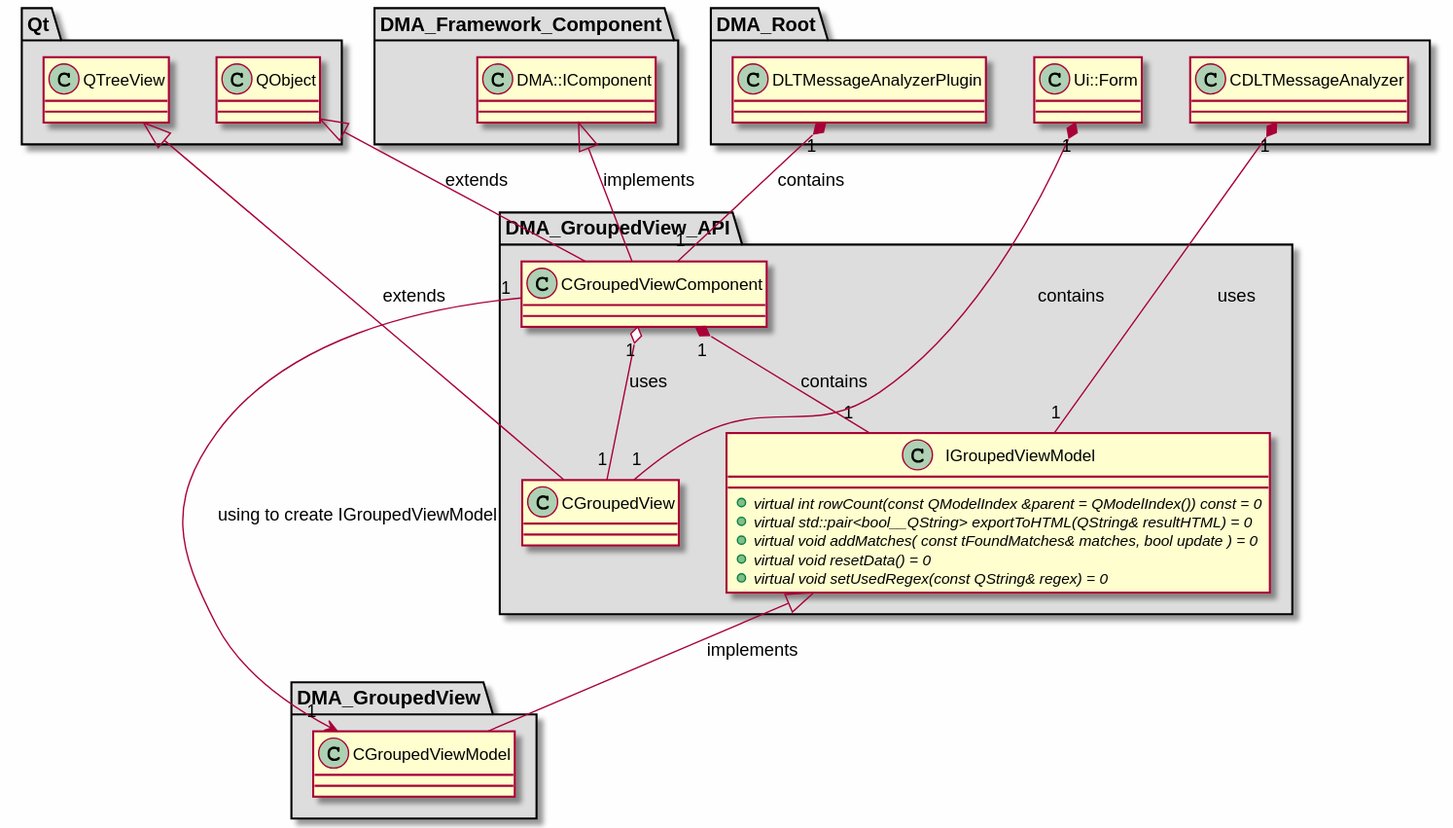
Earlier version of the PlantUML export md/dev_docs/puml/DMA_GroupedView_API.svg (svlad-90/DLT-Message-Analyzer).
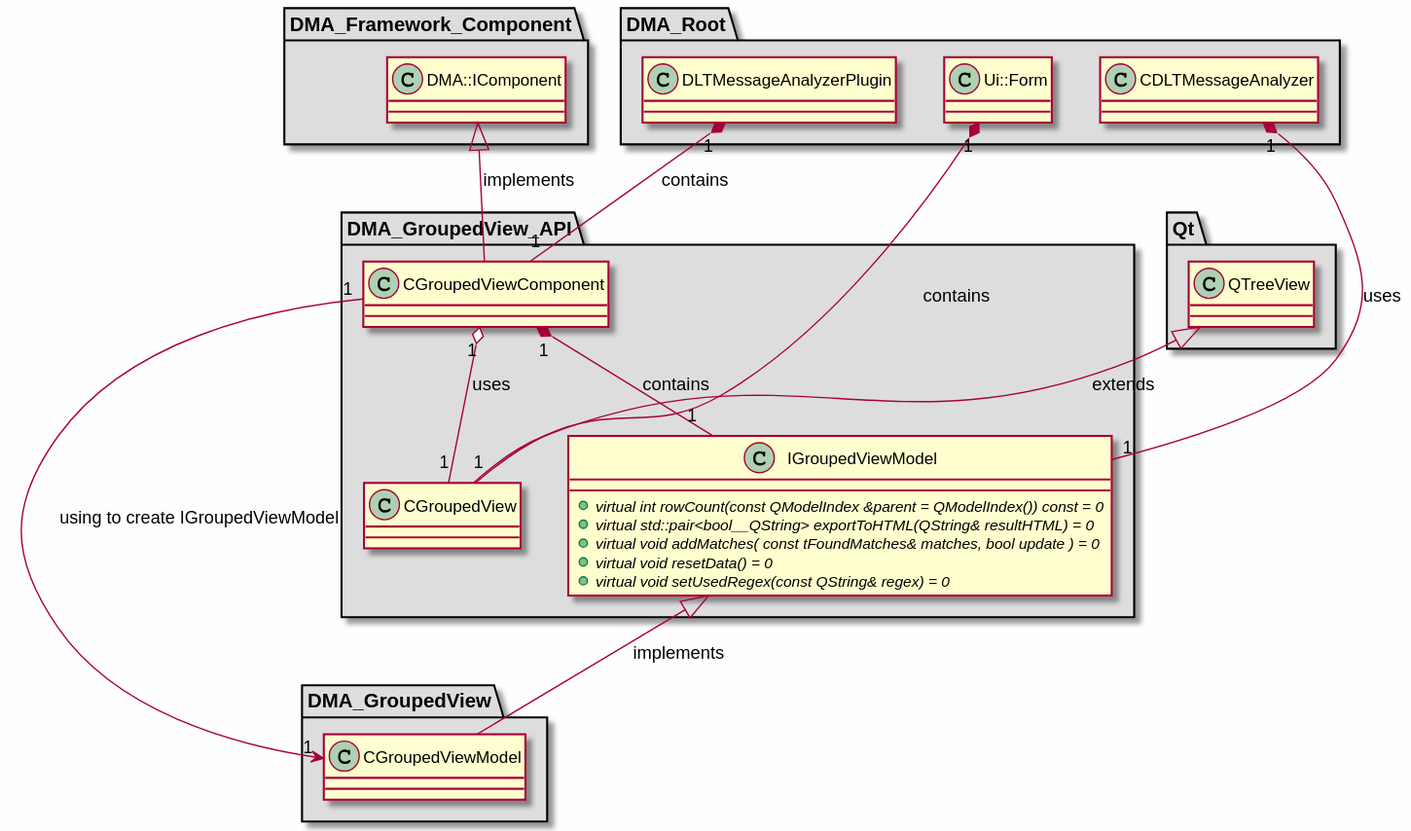
After the change.

What changed in the source:
```diff
@@ -62,10 +62,6 @@
 package "Qt" #DDDDDD
 {
 
-class "QObject"
-{
-}
-
 class "QTreeView"
 {
 }
@@ -75,7 +71,6 @@
 IGroupedViewModel <|-- CGroupedViewModel : implements
 QTreeView <|-- CGroupedView : extends
 DMA::IComponent <|-- CGroupedViewComponent : implements
-QObject <|-- CGroupedViewComponent : extends
 
 CGroupedViewComponent "1" o-- "1" CGroupedView : uses
 CGroupedViewComponent "1" --> "1" CGroupedViewModel : using to create IGroupedViewModel
```
